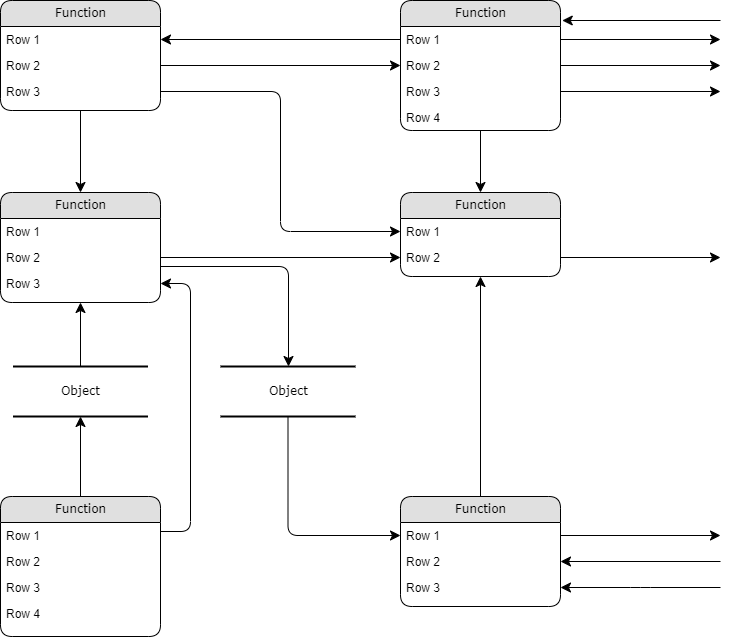
Earlier version of the draw.io export Diagrama sin título.drawio.png (GregBanegasL/DiagramaDatos). Source tidied: cells renumbered, new cells last; positions are measured from the earlier drawing's top-left corner, leaving out a move shared by most shapes. Source of this version:
```xml
<mxGraphModel background="#ffffff">
  <root>
    <mxCell id="0" />
    <mxCell id="1" parent="0" />
    <mxCell id="2" value="Object" style="html=1;rounded=0;shadow=0;comic=0;labelBackgroundColor=none;strokeWidth=2;fontFamily=Verdana;fontSize=12;align=center;shape=mxgraph.ios7ui.horLines;" parent="1" vertex="1">
      <mxGeometry x="12.5" y="366" width="135" height="50" as="geometry" />
    </mxCell>
    <mxCell id="3" value="Function" style="swimlane;html=1;fontStyle=0;horizontal=1;startSize=26;fillColor=#e0e0e0;swimlaneFillColor=#ffffff;align=center;rounded=1;shadow=0;comic=0;labelBackgroundColor=none;strokeWidth=1;fontFamily=Verdana;fontSize=12;" parent="1" vertex="1">
      <mxGeometry width="160" height="110" as="geometry" />
    </mxCell>
    <mxCell id="4" value="Row 1" style="text;html=1;strokeColor=none;fillColor=none;spacingLeft=4;spacingRight=4;whiteSpace=wrap;overflow=hidden;points=[[0,0.5],[1,0.5]];portConstraint=eastwest;" parent="3" vertex="1">
      <mxGeometry y="26" width="160" height="26" as="geometry" />
    </mxCell>
    <mxCell id="5" value="Row 2" style="text;html=1;strokeColor=none;fillColor=none;spacingLeft=4;spacingRight=4;whiteSpace=wrap;overflow=hidden;points=[[0,0.5],[1,0.5]];portConstraint=eastwest;" parent="3" vertex="1">
      <mxGeometry y="52" width="160" height="26" as="geometry" />
    </mxCell>
    <mxCell id="6" value="Row 3" style="text;html=1;strokeColor=none;fillColor=none;spacingLeft=4;spacingRight=4;whiteSpace=wrap;overflow=hidden;points=[[0,0.5],[1,0.5]];portConstraint=eastwest;" parent="3" vertex="1">
      <mxGeometry y="78" width="160" height="26" as="geometry" />
    </mxCell>
    <mxCell id="7" value="Function" style="swimlane;html=1;fontStyle=0;horizontal=1;startSize=26;fillColor=#e0e0e0;swimlaneFillColor=#ffffff;align=center;rounded=1;shadow=0;comic=0;labelBackgroundColor=none;strokeWidth=1;fontFamily=Verdana;fontSize=12;" parent="1" vertex="1">
      <mxGeometry x="400" width="160" height="130" as="geometry" />
    </mxCell>
    <mxCell id="8" value="Row 1" style="text;html=1;strokeColor=none;fillColor=none;spacingLeft=4;spacingRight=4;whiteSpace=wrap;overflow=hidden;points=[[0,0.5],[1,0.5]];portConstraint=eastwest;" parent="7" vertex="1">
      <mxGeometry y="26" width="160" height="26" as="geometry" />
    </mxCell>
    <mxCell id="9" value="Row 2" style="text;html=1;strokeColor=none;fillColor=none;spacingLeft=4;spacingRight=4;whiteSpace=wrap;overflow=hidden;points=[[0,0.5],[1,0.5]];portConstraint=eastwest;" parent="7" vertex="1">
      <mxGeometry y="52" width="160" height="26" as="geometry" />
    </mxCell>
    <mxCell id="10" value="Row 3" style="text;html=1;strokeColor=none;fillColor=none;spacingLeft=4;spacingRight=4;whiteSpace=wrap;overflow=hidden;points=[[0,0.5],[1,0.5]];portConstraint=eastwest;" parent="7" vertex="1">
      <mxGeometry y="78" width="160" height="26" as="geometry" />
    </mxCell>
    <mxCell id="11" value="Row 4" style="text;html=1;strokeColor=none;fillColor=none;spacingLeft=4;spacingRight=4;whiteSpace=wrap;overflow=hidden;" parent="7" vertex="1">
      <mxGeometry y="104" width="160" height="26" as="geometry" />
    </mxCell>
    <mxCell id="12" value="Function" style="swimlane;html=1;fontStyle=0;horizontal=1;startSize=26;fillColor=#e0e0e0;swimlaneFillColor=#ffffff;align=center;rounded=1;shadow=0;comic=0;labelBackgroundColor=none;strokeWidth=1;fontFamily=Verdana;fontSize=12;" parent="1" vertex="1">
      <mxGeometry y="192" width="160" height="110" as="geometry" />
    </mxCell>
    <mxCell id="13" value="Row 1" style="text;html=1;strokeColor=none;fillColor=none;spacingLeft=4;spacingRight=4;whiteSpace=wrap;overflow=hidden;" parent="12" vertex="1">
      <mxGeometry y="26" width="160" height="26" as="geometry" />
    </mxCell>
    <mxCell id="14" value="Row 2" style="text;html=1;strokeColor=none;fillColor=none;spacingLeft=4;spacingRight=4;whiteSpace=wrap;overflow=hidden;points=[[0,0.5],[1,0.5]];portConstraint=eastwest;" parent="12" vertex="1">
      <mxGeometry y="52" width="160" height="26" as="geometry" />
    </mxCell>
    <mxCell id="15" value="Row 3" style="text;html=1;strokeColor=none;fillColor=none;spacingLeft=4;spacingRight=4;whiteSpace=wrap;overflow=hidden;points=[[0,0.5],[1,0.5]];portConstraint=eastwest;" parent="12" vertex="1">
      <mxGeometry y="78" width="160" height="26" as="geometry" />
    </mxCell>
    <mxCell id="16" value="Function" style="swimlane;html=1;fontStyle=0;horizontal=1;startSize=26;fillColor=#e0e0e0;swimlaneFillColor=#ffffff;align=center;rounded=1;shadow=0;comic=0;labelBackgroundColor=none;strokeWidth=1;fontFamily=Verdana;fontSize=12;" parent="1" vertex="1">
      <mxGeometry y="496" width="160" height="140" as="geometry" />
    </mxCell>
    <mxCell id="17" value="Row 1" style="text;html=1;strokeColor=none;fillColor=none;spacingLeft=4;spacingRight=4;whiteSpace=wrap;overflow=hidden;" parent="16" vertex="1">
      <mxGeometry y="26" width="160" height="26" as="geometry" />
    </mxCell>
    <mxCell id="18" value="Row 2" style="text;html=1;strokeColor=none;fillColor=none;spacingLeft=4;spacingRight=4;whiteSpace=wrap;overflow=hidden;" parent="16" vertex="1">
      <mxGeometry y="52" width="160" height="26" as="geometry" />
    </mxCell>
    <mxCell id="19" value="Row 3" style="text;html=1;strokeColor=none;fillColor=none;spacingLeft=4;spacingRight=4;whiteSpace=wrap;overflow=hidden;" parent="16" vertex="1">
      <mxGeometry y="78" width="160" height="26" as="geometry" />
    </mxCell>
    <mxCell id="20" value="Row 4" style="text;html=1;strokeColor=none;fillColor=none;spacingLeft=4;spacingRight=4;whiteSpace=wrap;overflow=hidden;" parent="16" vertex="1">
      <mxGeometry y="104" width="160" height="26" as="geometry" />
    </mxCell>
    <mxCell id="21" value="Function" style="swimlane;html=1;fontStyle=0;horizontal=1;startSize=26;fillColor=#e0e0e0;swimlaneFillColor=#ffffff;align=center;rounded=1;shadow=0;comic=0;labelBackgroundColor=none;strokeWidth=1;fontFamily=Verdana;fontSize=12;" parent="1" vertex="1">
      <mxGeometry x="400" y="192" width="160" height="84" as="geometry" />
    </mxCell>
    <mxCell id="22" value="Row 1" style="text;html=1;strokeColor=none;fillColor=none;spacingLeft=4;spacingRight=4;whiteSpace=wrap;overflow=hidden;points=[[0,0.5],[1,0.5]];portConstraint=eastwest;" parent="21" vertex="1">
      <mxGeometry y="26" width="160" height="26" as="geometry" />
    </mxCell>
    <mxCell id="23" value="Row 2" style="text;html=1;strokeColor=none;fillColor=none;spacingLeft=4;spacingRight=4;whiteSpace=wrap;overflow=hidden;points=[[0,0.5],[1,0.5]];portConstraint=eastwest;" parent="21" vertex="1">
      <mxGeometry y="52" width="160" height="26" as="geometry" />
    </mxCell>
    <mxCell id="24" value="Function" style="swimlane;html=1;fontStyle=0;horizontal=1;startSize=26;fillColor=#e0e0e0;swimlaneFillColor=#ffffff;align=center;rounded=1;shadow=0;comic=0;labelBackgroundColor=none;strokeWidth=1;fontFamily=Verdana;fontSize=12;" parent="1" vertex="1">
      <mxGeometry x="400" y="496" width="160" height="110" as="geometry" />
    </mxCell>
    <mxCell id="25" value="Row 1" style="text;html=1;strokeColor=none;fillColor=none;spacingLeft=4;spacingRight=4;whiteSpace=wrap;overflow=hidden;points=[[0,0.5],[1,0.5]];portConstraint=eastwest;" parent="24" vertex="1">
      <mxGeometry y="26" width="160" height="26" as="geometry" />
    </mxCell>
    <mxCell id="26" value="Row 2" style="text;html=1;strokeColor=none;fillColor=none;spacingLeft=4;spacingRight=4;whiteSpace=wrap;overflow=hidden;points=[[0,0.5],[1,0.5]];portConstraint=eastwest;" parent="24" vertex="1">
      <mxGeometry y="52" width="160" height="26" as="geometry" />
    </mxCell>
    <mxCell id="27" value="Row 3" style="text;html=1;strokeColor=none;fillColor=none;spacingLeft=4;spacingRight=4;whiteSpace=wrap;overflow=hidden;points=[[0,0.5],[1,0.5]];portConstraint=eastwest;" parent="24" vertex="1">
      <mxGeometry y="78" width="160" height="26" as="geometry" />
    </mxCell>
    <mxCell id="28" value="Object" style="html=1;rounded=0;shadow=0;comic=0;labelBackgroundColor=none;strokeWidth=2;fontFamily=Verdana;fontSize=12;align=center;shape=mxgraph.ios7ui.horLines;" parent="1" vertex="1">
      <mxGeometry x="220" y="366" width="135" height="50" as="geometry" />
    </mxCell>
    <mxCell id="29" style="edgeStyle=none;html=1;labelBackgroundColor=none;startFill=0;startSize=8;endFill=1;endSize=8;fontFamily=Verdana;fontSize=12;" parent="1" edge="1" source="16" target="2">
      <mxGeometry relative="1" as="geometry" />
    </mxCell>
    <mxCell id="30" style="edgeStyle=none;html=1;labelBackgroundColor=none;startFill=0;startSize=8;endFill=1;endSize=8;fontFamily=Verdana;fontSize=12;" parent="1" edge="1" source="2" target="12">
      <mxGeometry relative="1" as="geometry" />
    </mxCell>
    <mxCell id="31" style="edgeStyle=orthogonalEdgeStyle;html=1;labelBackgroundColor=none;startFill=0;startSize=8;endFill=1;endSize=8;fontFamily=Verdana;fontSize=12;exitX=1;exitY=0.25;entryX=1;entryY=0.5;" parent="1" edge="1" source="16" target="15">
      <mxGeometry relative="1" as="geometry">
        <Array as="points">
          <mxPoint x="190" y="531" />
          <mxPoint x="190" y="283" />
        </Array>
      </mxGeometry>
    </mxCell>
    <mxCell id="32" style="edgeStyle=orthogonalEdgeStyle;html=1;labelBackgroundColor=none;startFill=0;startSize=8;endFill=1;endSize=8;fontFamily=Verdana;fontSize=12;" parent="1" edge="1" source="28" target="25">
      <mxGeometry x="-0.13" y="32" relative="1" as="geometry" />
    </mxCell>
    <mxCell id="33" style="edgeStyle=orthogonalEdgeStyle;html=1;labelBackgroundColor=none;startFill=0;startSize=8;endFill=1;endSize=8;fontFamily=Verdana;fontSize=12;" parent="1" edge="1" source="12" target="28">
      <mxGeometry relative="1" as="geometry">
        <Array as="points">
          <mxPoint x="288" y="266" />
        </Array>
      </mxGeometry>
    </mxCell>
    <mxCell id="34" style="edgeStyle=orthogonalEdgeStyle;html=1;labelBackgroundColor=none;startFill=0;startSize=8;endFill=1;endSize=8;fontFamily=Verdana;fontSize=12;" parent="1" edge="1" source="3" target="12">
      <mxGeometry relative="1" as="geometry" />
    </mxCell>
    <mxCell id="35" style="edgeStyle=orthogonalEdgeStyle;html=1;labelBackgroundColor=none;startFill=0;startSize=8;endFill=1;endSize=8;fontFamily=Verdana;fontSize=12;" parent="1" edge="1" source="24" target="21">
      <mxGeometry relative="1" as="geometry" />
    </mxCell>
    <mxCell id="36" style="edgeStyle=orthogonalEdgeStyle;html=1;labelBackgroundColor=none;startFill=0;startSize=8;endFill=1;endSize=8;fontFamily=Verdana;fontSize=12;" parent="1" edge="1" source="7" target="21">
      <mxGeometry relative="1" as="geometry" />
    </mxCell>
    <mxCell id="37" style="edgeStyle=orthogonalEdgeStyle;html=1;entryX=0;entryY=0.5;labelBackgroundColor=none;startFill=0;startSize=8;endFill=1;endSize=8;fontFamily=Verdana;fontSize=12;exitX=1;exitY=0.5;" parent="1" edge="1" source="5" target="9">
      <mxGeometry relative="1" as="geometry" />
    </mxCell>
    <mxCell id="38" style="edgeStyle=orthogonalEdgeStyle;html=1;exitX=0;exitY=0.5;entryX=1;entryY=0.5;labelBackgroundColor=none;startFill=0;startSize=8;endFill=1;endSize=8;fontFamily=Verdana;fontSize=12;" parent="1" edge="1" source="8" target="4">
      <mxGeometry relative="1" as="geometry" />
    </mxCell>
    <mxCell id="39" style="edgeStyle=orthogonalEdgeStyle;html=1;exitX=1;exitY=0.5;entryX=0;entryY=0.5;labelBackgroundColor=none;startFill=0;startSize=8;endFill=1;endSize=8;fontFamily=Verdana;fontSize=12;" parent="1" edge="1" source="6" target="22">
      <mxGeometry relative="1" as="geometry" />
    </mxCell>
    <mxCell id="40" style="edgeStyle=orthogonalEdgeStyle;html=1;exitX=1;exitY=0.5;entryX=0;entryY=0.5;labelBackgroundColor=none;startFill=0;startSize=8;endFill=1;endSize=8;fontFamily=Verdana;fontSize=12;" parent="1" edge="1" source="14" target="23">
      <mxGeometry relative="1" as="geometry" />
    </mxCell>
    <mxCell id="41" style="edgeStyle=orthogonalEdgeStyle;html=1;labelBackgroundColor=none;startFill=0;startSize=8;endFill=1;endSize=8;fontFamily=Verdana;fontSize=12;" parent="1" edge="1" source="23">
      <mxGeometry relative="1" as="geometry">
        <mxPoint x="720" y="257" as="targetPoint" />
      </mxGeometry>
    </mxCell>
    <mxCell id="42" style="edgeStyle=orthogonalEdgeStyle;html=1;exitX=1;exitY=0.5;labelBackgroundColor=none;startFill=0;startSize=8;endFill=1;endSize=8;fontFamily=Verdana;fontSize=12;" parent="1" edge="1" source="25">
      <mxGeometry relative="1" as="geometry">
        <mxPoint x="720" y="535" as="targetPoint" />
      </mxGeometry>
    </mxCell>
    <mxCell id="43" style="edgeStyle=orthogonalEdgeStyle;html=1;labelBackgroundColor=none;startFill=0;startSize=8;endFill=1;endSize=8;fontFamily=Verdana;fontSize=12;entryX=1;entryY=0.5;" parent="1" edge="1" target="26">
      <mxGeometry relative="1" as="geometry">
        <mxPoint x="720" y="561" as="sourcePoint" />
        <Array as="points">
          <mxPoint x="720" y="561" />
        </Array>
      </mxGeometry>
    </mxCell>
    <mxCell id="44" style="edgeStyle=orthogonalEdgeStyle;html=1;labelBackgroundColor=none;startFill=0;startSize=8;endFill=1;endSize=8;fontFamily=Verdana;fontSize=12;entryX=1;entryY=0.5;" parent="1" edge="1" target="27">
      <mxGeometry relative="1" as="geometry">
        <mxPoint x="720" y="587" as="sourcePoint" />
        <Array as="points">
          <mxPoint x="640" y="587" />
          <mxPoint x="640" y="587" />
        </Array>
      </mxGeometry>
    </mxCell>
    <mxCell id="45" style="edgeStyle=orthogonalEdgeStyle;html=1;exitX=1;exitY=0.5;labelBackgroundColor=none;startFill=0;startSize=8;endFill=1;endSize=8;fontFamily=Verdana;fontSize=12;" parent="1" edge="1" source="8">
      <mxGeometry relative="1" as="geometry">
        <mxPoint x="720" y="39" as="targetPoint" />
      </mxGeometry>
    </mxCell>
    <mxCell id="46" style="edgeStyle=orthogonalEdgeStyle;html=1;exitX=1;exitY=0.5;labelBackgroundColor=none;startFill=0;startSize=8;endFill=1;endSize=8;fontFamily=Verdana;fontSize=12;" parent="1" edge="1" source="9">
      <mxGeometry relative="1" as="geometry">
        <mxPoint x="720" y="65" as="targetPoint" />
      </mxGeometry>
    </mxCell>
    <mxCell id="47" style="edgeStyle=orthogonalEdgeStyle;html=1;exitX=1;exitY=0.5;labelBackgroundColor=none;startFill=0;startSize=8;endFill=1;endSize=8;fontFamily=Verdana;fontSize=12;" parent="1" edge="1" source="10">
      <mxGeometry relative="1" as="geometry">
        <mxPoint x="720" y="91" as="targetPoint" />
      </mxGeometry>
    </mxCell>
    <mxCell id="48" style="edgeStyle=elbowEdgeStyle;html=1;labelBackgroundColor=none;startFill=0;startSize=8;endFill=1;endSize=8;fontFamily=Verdana;fontSize=12;elbow=vertical;entryX=1.011;entryY=0.152;entryPerimeter=0;" parent="1" edge="1" target="7">
      <mxGeometry relative="1" as="geometry">
        <mxPoint x="720" y="20" as="sourcePoint" />
        <Array as="points">
          <mxPoint x="650" y="20" />
        </Array>
      </mxGeometry>
    </mxCell>
  </root>
</mxGraphModel>
```
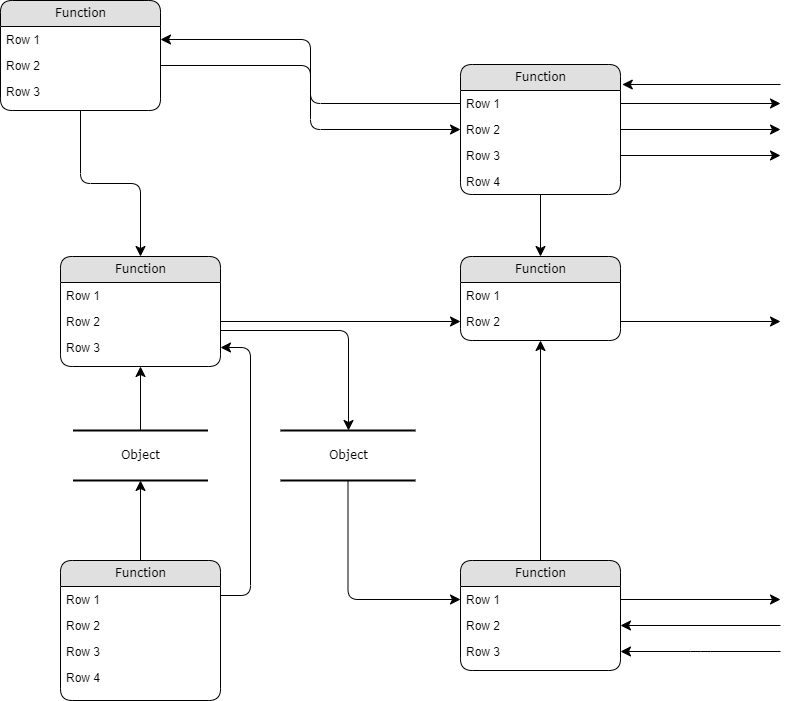
The same file after the commit.

Diff of the diagram source:
```diff
@@ -6,7 +6,7 @@
       <mxGeometry x="12.5" y="366" width="135" height="50" as="geometry" />
     </mxCell>
     <mxCell id="3" value="Function" style="swimlane;html=1;fontStyle=0;horizontal=1;startSize=26;fillColor=#e0e0e0;swimlaneFillColor=#ffffff;align=center;rounded=1;shadow=0;comic=0;labelBackgroundColor=none;strokeWidth=1;fontFamily=Verdana;fontSize=12;" parent="1" vertex="1">
-      <mxGeometry width="160" height="110" as="geometry" />
+      <mxGeometry x="-60" y="-64" width="160" height="110" as="geometry" />
     </mxCell>
     <mxCell id="4" value="Row 1" style="text;html=1;strokeColor=none;fillColor=none;spacingLeft=4;spacingRight=4;whiteSpace=wrap;overflow=hidden;points=[[0,0.5],[1,0.5]];portConstraint=eastwest;" parent="3" vertex="1">
       <mxGeometry y="26" width="160" height="26" as="geometry" />
@@ -122,9 +122,6 @@
     <mxCell id="38" style="edgeStyle=orthogonalEdgeStyle;html=1;exitX=0;exitY=0.5;entryX=1;entryY=0.5;labelBackgroundColor=none;startFill=0;startSize=8;endFill=1;endSize=8;fontFamily=Verdana;fontSize=12;" parent="1" edge="1" source="8" target="4">
       <mxGeometry relative="1" as="geometry" />
     </mxCell>
-    <mxCell id="39" style="edgeStyle=orthogonalEdgeStyle;html=1;exitX=1;exitY=0.5;entryX=0;entryY=0.5;labelBackgroundColor=none;startFill=0;startSize=8;endFill=1;endSize=8;fontFamily=Verdana;fontSize=12;" parent="1" edge="1" source="6" target="22">
-      <mxGeometry relative="1" as="geometry" />
-    </mxCell>
     <mxCell id="40" style="edgeStyle=orthogonalEdgeStyle;html=1;exitX=1;exitY=0.5;entryX=0;entryY=0.5;labelBackgroundColor=none;startFill=0;startSize=8;endFill=1;endSize=8;fontFamily=Verdana;fontSize=12;" parent="1" edge="1" source="14" target="23">
       <mxGeometry relative="1" as="geometry" />
     </mxCell>
```
